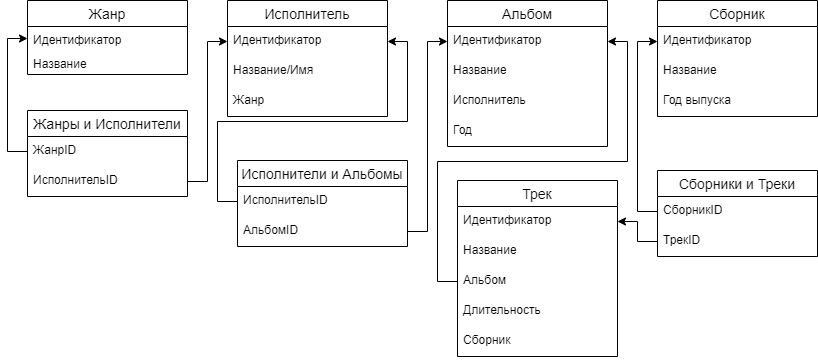
Above: BD_HW2.png in riv035/Reps (draw.io), before the change. Source tidied: cells renumbered, new cells last; positions are measured from the earlier drawing's top-left corner, leaving out a move shared by most shapes.
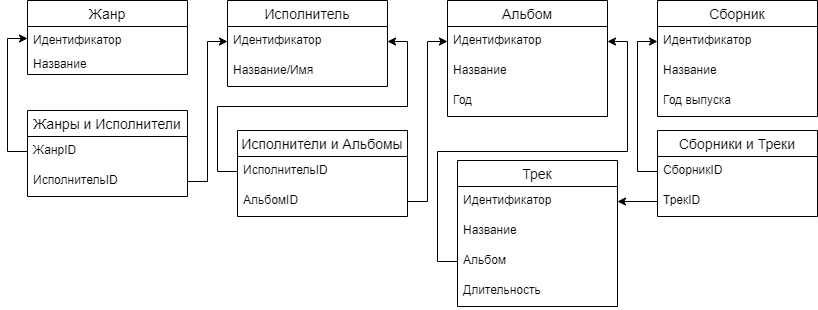
Later version of the same file.

Change to the diagram source:
```diff
@@ -12,7 +12,7 @@
       <mxGeometry y="50" width="160" height="24" as="geometry" />
     </mxCell>
     <mxCell id="5" value="Исполнитель" style="swimlane;fontStyle=0;horizontal=1;startSize=26;align=center;fontSize=14;" parent="1" vertex="1">
-      <mxGeometry x="200" width="160" height="116" as="geometry" />
+      <mxGeometry x="200" width="160" height="86" as="geometry" />
     </mxCell>
     <mxCell id="6" value="Идентификатор" style="text;strokeColor=none;fillColor=none;spacingLeft=4;spacingRight=4;overflow=hidden;points=[[0,0.5],[1,0.5]];portConstraint=eastwest;fontSize=12;" parent="5" vertex="1">
       <mxGeometry y="26" width="160" height="30" as="geometry" />
@@ -20,11 +20,8 @@
     <mxCell id="7" value="Название/Имя" style="text;strokeColor=none;fillColor=none;spacingLeft=4;spacingRight=4;overflow=hidden;fontSize=12;" parent="5" vertex="1">
       <mxGeometry y="56" width="160" height="30" as="geometry" />
     </mxCell>
-    <mxCell id="8" value="Жанр" style="text;strokeColor=none;fillColor=none;spacingLeft=4;spacingRight=4;overflow=hidden;fontSize=12;" parent="5" vertex="1">
-      <mxGeometry y="86" width="160" height="30" as="geometry" />
-    </mxCell>
     <mxCell id="9" value="Альбом" style="swimlane;fontStyle=0;horizontal=1;startSize=26;align=center;fontSize=14;" parent="1" vertex="1">
-      <mxGeometry x="420" width="160" height="146" as="geometry" />
+      <mxGeometry x="420" width="160" height="116" as="geometry" />
     </mxCell>
     <mxCell id="10" value="Идентификатор" style="text;strokeColor=none;fillColor=none;spacingLeft=4;spacingRight=4;overflow=hidden;points=[[0,0.5],[1,0.5]];portConstraint=eastwest;fontSize=12;" parent="9" vertex="1">
       <mxGeometry y="26" width="160" height="30" as="geometry" />
@@ -32,14 +29,11 @@
     <mxCell id="11" value="Название" style="text;strokeColor=none;fillColor=none;spacingLeft=4;spacingRight=4;overflow=hidden;fontSize=12;" parent="9" vertex="1">
       <mxGeometry y="56" width="160" height="30" as="geometry" />
     </mxCell>
-    <mxCell id="12" value="Исполнитель" style="text;strokeColor=none;fillColor=none;spacingLeft=4;spacingRight=4;overflow=hidden;fontSize=12;" parent="9" vertex="1">
-      <mxGeometry y="86" width="160" height="30" as="geometry" />
-    </mxCell>
     <mxCell id="13" value="Год" style="text;strokeColor=none;fillColor=none;spacingLeft=4;spacingRight=4;overflow=hidden;fontSize=12;" parent="9" vertex="1">
-      <mxGeometry y="116" width="160" height="30" as="geometry" />
+      <mxGeometry y="86" width="160" height="30" as="geometry" />
     </mxCell>
     <mxCell id="14" value="Трек" style="swimlane;fontStyle=0;horizontal=1;startSize=26;align=center;fontSize=14;" parent="1" vertex="1">
-      <mxGeometry x="430" y="180" width="160" height="176" as="geometry" />
+      <mxGeometry x="430" y="160" width="160" height="146" as="geometry" />
     </mxCell>
     <mxCell id="15" value="Идентификатор" style="text;strokeColor=none;fillColor=none;spacingLeft=4;spacingRight=4;overflow=hidden;points=[[0,0.5],[1,0.5]];portConstraint=eastwest;fontSize=12;" parent="14" vertex="1">
       <mxGeometry y="26" width="160" height="30" as="geometry" />
@@ -53,9 +47,6 @@
     <mxCell id="18" value="Длительность" style="text;strokeColor=none;fillColor=none;spacingLeft=4;spacingRight=4;overflow=hidden;fontSize=12;" parent="14" vertex="1">
       <mxGeometry y="116" width="160" height="30" as="geometry" />
     </mxCell>
-    <mxCell id="19" value="Сборник" style="text;strokeColor=none;fillColor=none;spacingLeft=4;spacingRight=4;overflow=hidden;fontSize=12;" parent="14" vertex="1">
-      <mxGeometry y="146" width="160" height="30" as="geometry" />
-    </mxCell>
     <mxCell id="20" style="edgeStyle=orthogonalEdgeStyle;rounded=0;jettySize=auto;html=1;exitX=0;exitY=0.5;exitDx=0;exitDy=0;" parent="1" edge="1" source="17" target="10">
       <mxGeometry relative="1" as="geometry" />
     </mxCell>
@@ -87,7 +78,7 @@
       <mxGeometry relative="1" as="geometry" />
     </mxCell>
     <mxCell id="30" value="Исполнители и Альбомы" style="swimlane;fontStyle=0;horizontal=1;startSize=26;align=center;fontSize=14;" parent="1" vertex="1">
-      <mxGeometry x="210" y="160" width="170" height="86" as="geometry" />
+      <mxGeometry x="210" y="130" width="170" height="86" as="geometry" />
     </mxCell>
     <mxCell id="31" value="ИсполнительID" style="text;strokeColor=none;fillColor=none;spacingLeft=4;spacingRight=4;overflow=hidden;points=[[0,0.5],[1,0.5]];portConstraint=eastwest;fontSize=12;" parent="30" vertex="1">
       <mxGeometry y="26" width="170" height="30" as="geometry" />
@@ -102,7 +93,7 @@
       <mxGeometry relative="1" as="geometry" />
     </mxCell>
     <mxCell id="35" value="Сборники и Треки" style="swimlane;fontStyle=0;horizontal=1;startSize=26;align=center;fontSize=14;" parent="1" vertex="1">
-      <mxGeometry x="630" y="170" width="160" height="86" as="geometry" />
+      <mxGeometry x="630" y="130" width="160" height="86" as="geometry" />
     </mxCell>
     <mxCell id="36" value="СборникID" style="text;strokeColor=none;fillColor=none;spacingLeft=4;spacingRight=4;overflow=hidden;points=[[0,0.5],[1,0.5]];portConstraint=eastwest;fontSize=12;" parent="35" vertex="1">
       <mxGeometry y="26" width="160" height="30" as="geometry" />
```
